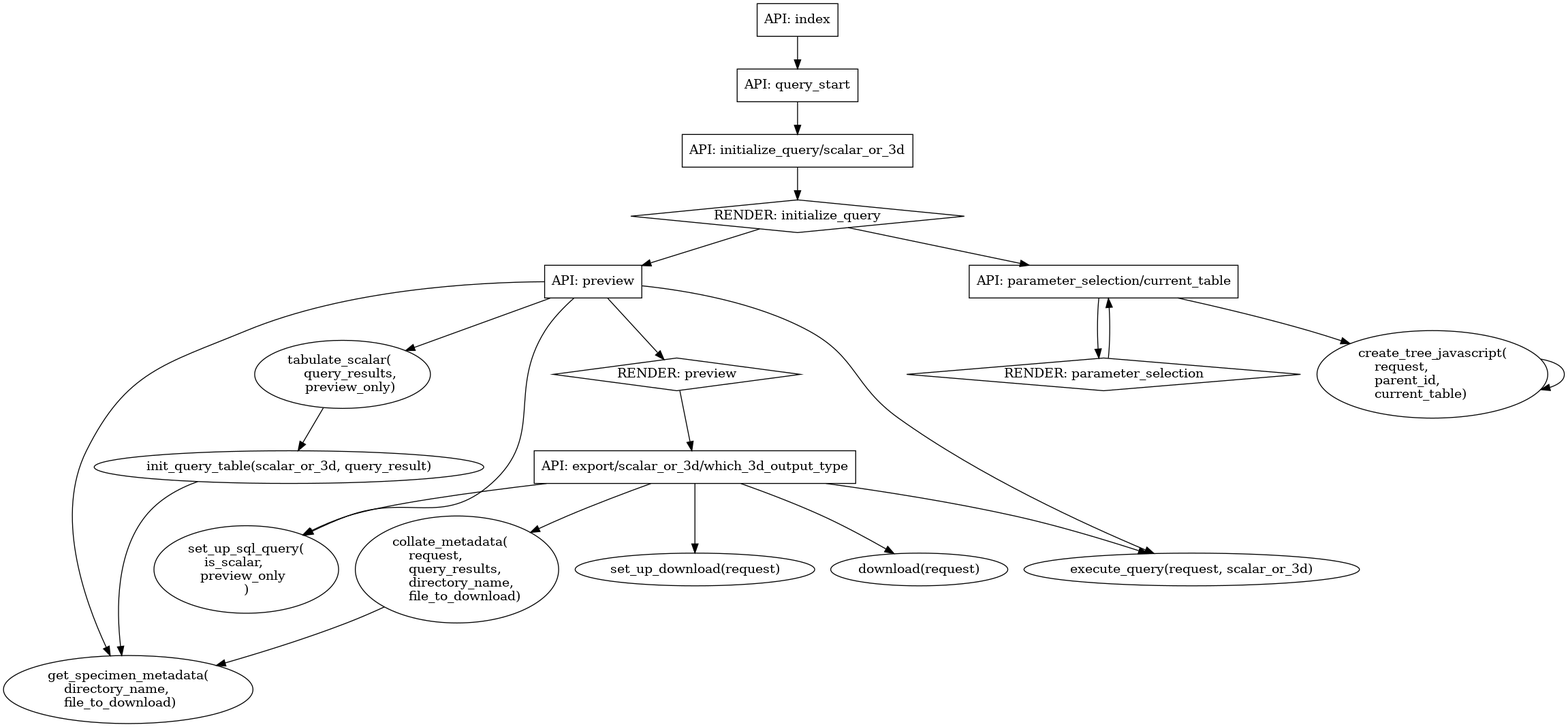
ima-hima/PRIMO keeps this Graphviz diagram as supporting docs/call_graph.png. Above is the earlier version. Its source is kept beside it as supporting docs/call_graph.dot.
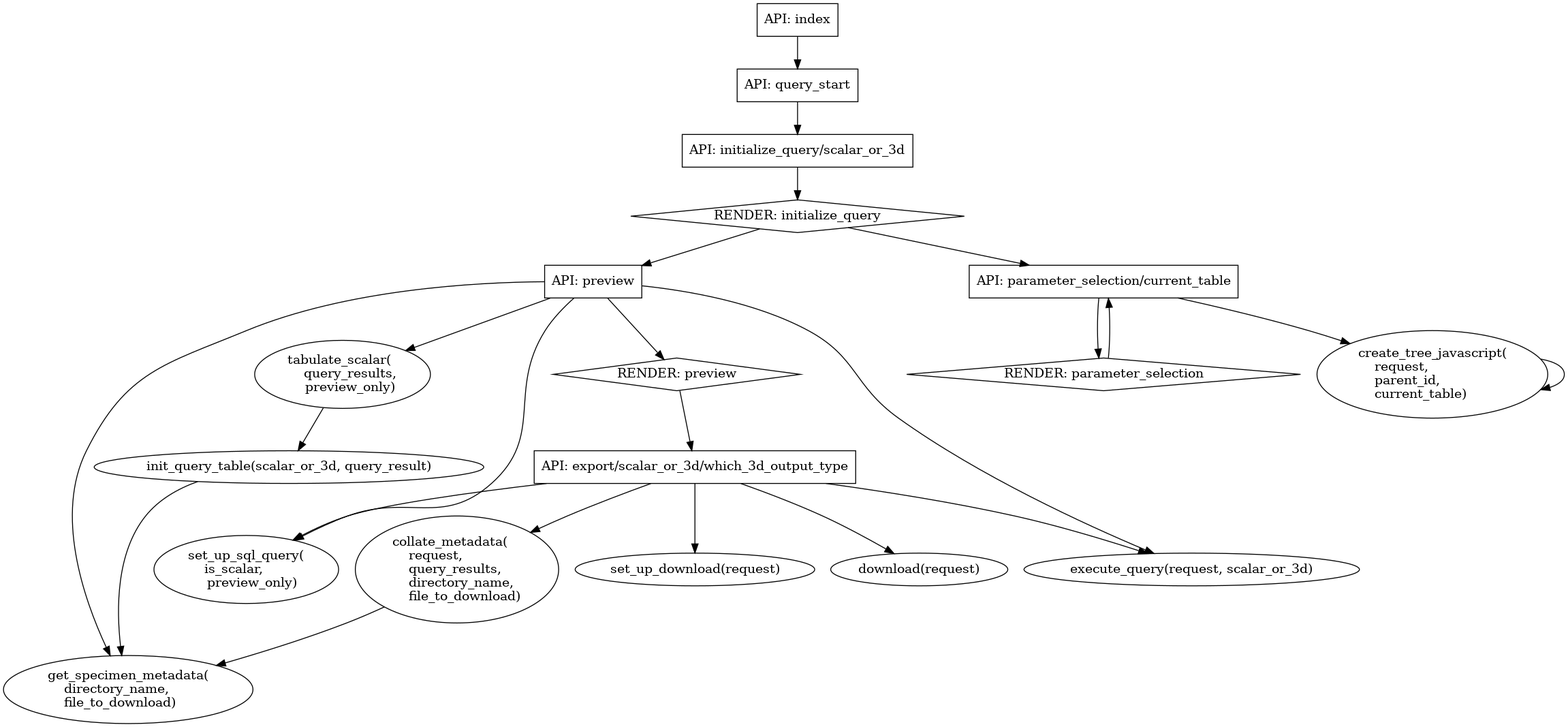
Later version of the same file.

Commit message:
Code cleanup. Fixed error in scalar query that wasn't correctly return session info.

The edit, as a diff of the source:
```diff
@@ -3,7 +3,7 @@
 	collate_metadata [nojustify=true label="collate_metadata(\l    request,\l    query_results,\l    directory_name,\l    file_to_download)\l"]
 	tabulate_scalar [nojustify=true label="tabulate_scalar(\l    query_results,\l    preview_only)"]
 	get_specimen_metadata [nojustify=true label="get_specimen_metadata(\l    directory_name,\l    file_to_download)\l"]
-	set_up_sql_query [nojustify=true label="set_up_sql_query(\l    is_scalar,\l   preview_only\l)"]
+	set_up_sql_query [nojustify=true label="set_up_sql_query(\l    is_scalar,\l   preview_only)"]
 	api_preview [shape="rectangle" nojustify=true label="API: preview"]
 	api_parameter_selection [shape="rectangle" nojustify=true label="API: parameter_selection/current_table"]
 	api_initialize_query [shape="rectangle" label="API: initialize_query/scalar_or_3d"]
```
